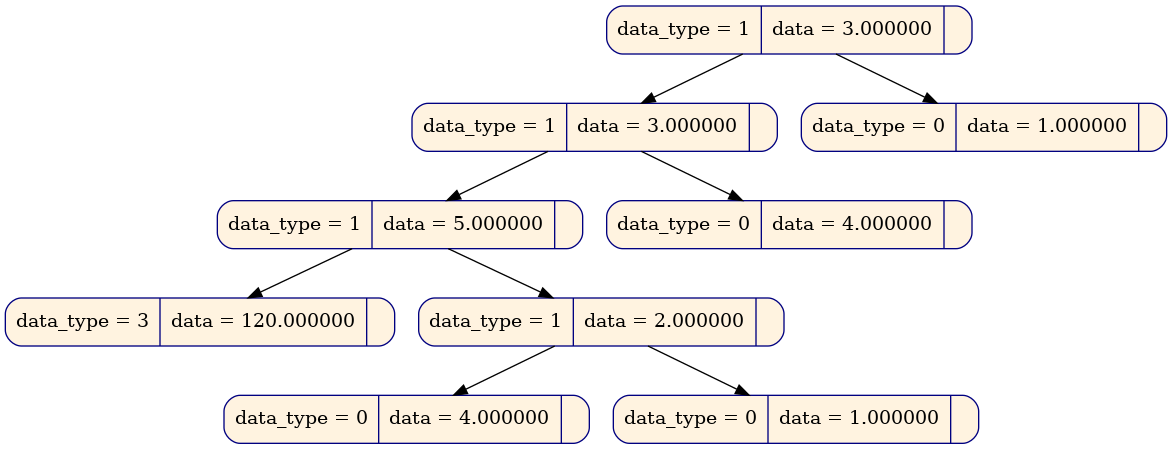
Above: diff_tree/gr_dump/res_tree.dot.png in pupach/diff_tree (Graphviz), before the change. Its source is kept beside it as diff_tree/gr_dump/res_tree.dot. The source it was exported from:
```dot
digraph
{
node [shape = Mrecord, color  = "navy", style = "filled"];
node0x61f000000200[label = " data_type = 1 | data = 3.000000 | ", fillcolor = "#fff3e0", rank = 0];
node0x61e0000001a0[label = " data_type = 1 | data = 3.000000 | ", fillcolor = "#fff3e0", rank = 1];
node0x61c000000140[label = " data_type = 1 | data = 5.000000 | ", fillcolor = "#fff3e0", rank = 2];
node0x604000000050[label = " data_type = 3 | data = 120.000000 | ", fillcolor = "#fff3e0", rank = 3];
node0x61c0000000b0[label = " data_type = 1 | data = 2.000000 | ", fillcolor = "#fff3e0", rank = 3];
node0x61c0000000e0[label = " data_type = 0 | data = 4.000000 | ", fillcolor = "#fff3e0", rank = 4];
node0x61c000000110[label = " data_type = 0 | data = 1.000000 | ", fillcolor = "#fff3e0", rank = 4];
node0x61e000000170[label = " data_type = 0 | data = 4.000000 | ", fillcolor = "#fff3e0", rank = 2];
node0x61f0000001d0[label = " data_type = 0 | data = 1.000000 | ", fillcolor = "#fff3e0", rank = 1];
node0x61f000000200 -> node0x61e0000001a0;
node0x61e0000001a0 -> node0x61c000000140;
node0x61c000000140 -> node0x604000000050;
node0x61c000000140 -> node0x61c0000000b0;
node0x61c0000000b0 -> node0x61c0000000e0;
node0x61c0000000b0 -> node0x61c000000110;
node0x61e0000001a0 -> node0x61e000000170;
node0x61f000000200 -> node0x61f0000001d0;
}
```
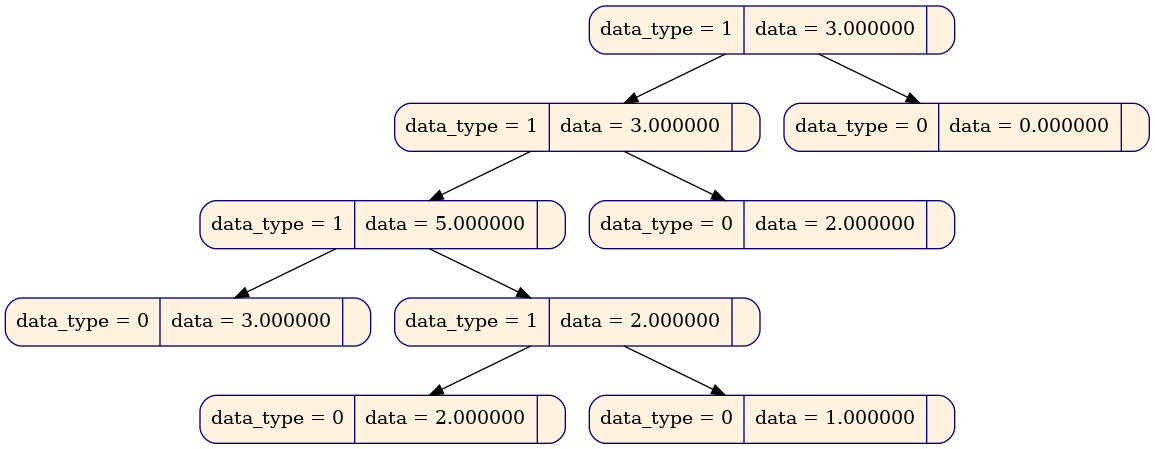
Above is the later version.

Diff of the diagram source:
```diff
@@ -1,21 +1,21 @@
 digraph
 {
 node [shape = Mrecord, color  = "navy", style = "filled"];
-node0x61f000000200[label = " data_type = 1 | data = 3.000000 | ", fillcolor = "#fff3e0", rank = 0];
-node0x61e0000001a0[label = " data_type = 1 | data = 3.000000 | ", fillcolor = "#fff3e0", rank = 1];
-node0x61c000000140[label = " data_type = 1 | data = 5.000000 | ", fillcolor = "#fff3e0", rank = 2];
-node0x604000000050[label = " data_type = 3 | data = 120.000000 | ", fillcolor = "#fff3e0", rank = 3];
-node0x61c0000000b0[label = " data_type = 1 | data = 2.000000 | ", fillcolor = "#fff3e0", rank = 3];
-node0x61c0000000e0[label = " data_type = 0 | data = 4.000000 | ", fillcolor = "#fff3e0", rank = 4];
-node0x61c000000110[label = " data_type = 0 | data = 1.000000 | ", fillcolor = "#fff3e0", rank = 4];
-node0x61e000000170[label = " data_type = 0 | data = 4.000000 | ", fillcolor = "#fff3e0", rank = 2];
-node0x61f0000001d0[label = " data_type = 0 | data = 1.000000 | ", fillcolor = "#fff3e0", rank = 1];
-node0x61f000000200 -> node0x61e0000001a0;
-node0x61e0000001a0 -> node0x61c000000140;
-node0x61c000000140 -> node0x604000000050;
-node0x61c000000140 -> node0x61c0000000b0;
-node0x61c0000000b0 -> node0x61c0000000e0;
-node0x61c0000000b0 -> node0x61c000000110;
-node0x61e0000001a0 -> node0x61e000000170;
-node0x61f000000200 -> node0x61f0000001d0;
+node0x6230000002c0[label = " data_type = 1 | data = 3.000000 | ", fillcolor = "#fff3e0", rank = 0];
+node0x622000000250[label = " data_type = 1 | data = 3.000000 | ", fillcolor = "#fff3e0", rank = 1];
+node0x620000000160[label = " data_type = 1 | data = 5.000000 | ", fillcolor = "#fff3e0", rank = 2];
+node0x619000000a80[label = " data_type = 0 | data = 3.000000 | ", fillcolor = "#fff3e0", rank = 3];
+node0x6200000000b8[label = " data_type = 1 | data = 2.000000 | ", fillcolor = "#fff3e0", rank = 3];
+node0x6200000000f0[label = " data_type = 0 | data = 2.000000 | ", fillcolor = "#fff3e0", rank = 4];
+node0x620000000128[label = " data_type = 0 | data = 1.000000 | ", fillcolor = "#fff3e0", rank = 4];
+node0x622000000218[label = " data_type = 0 | data = 2.000000 | ", fillcolor = "#fff3e0", rank = 2];
+node0x623000000288[label = " data_type = 0 | data = 0.000000 | ", fillcolor = "#fff3e0", rank = 1];
+node0x6230000002c0 -> node0x622000000250;
+node0x622000000250 -> node0x620000000160;
+node0x620000000160 -> node0x619000000a80;
+node0x620000000160 -> node0x6200000000b8;
+node0x6200000000b8 -> node0x6200000000f0;
+node0x6200000000b8 -> node0x620000000128;
+node0x622000000250 -> node0x622000000218;
+node0x6230000002c0 -> node0x623000000288;
 }
```
